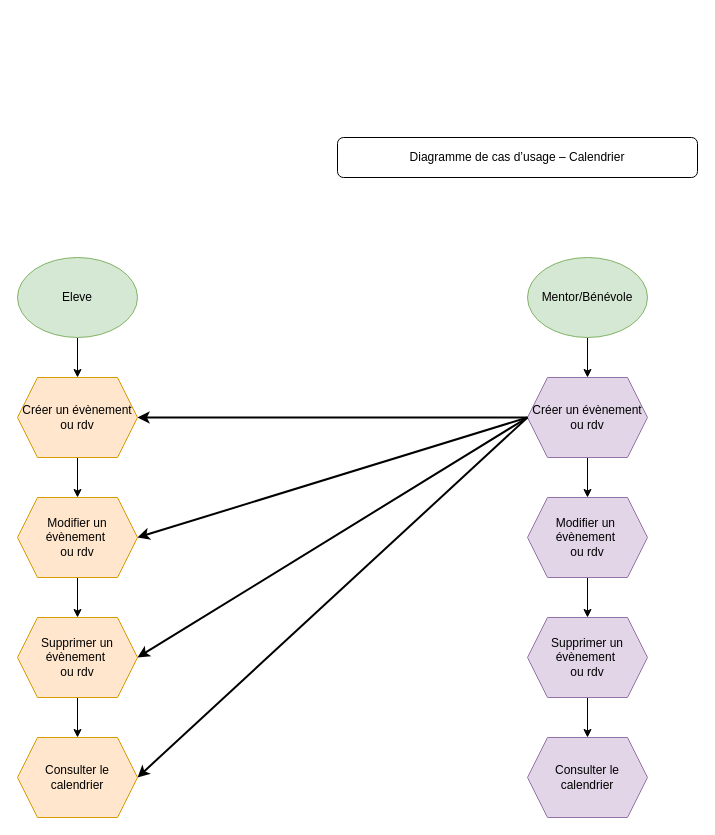
Before: Diagramme de cas d’usage – Calendrier.drawio in frederic5962/Learn-Home_p10, a draw.io diagram. Source tidied: cells renumbered, new cells numbered last; positions are measured from the earlier drawing's top-left corner, leaving out a move shared by most shapes. Both pictures are drawn from the tidied source at 100%, with x=0, y=0 at pixel (17, 137).
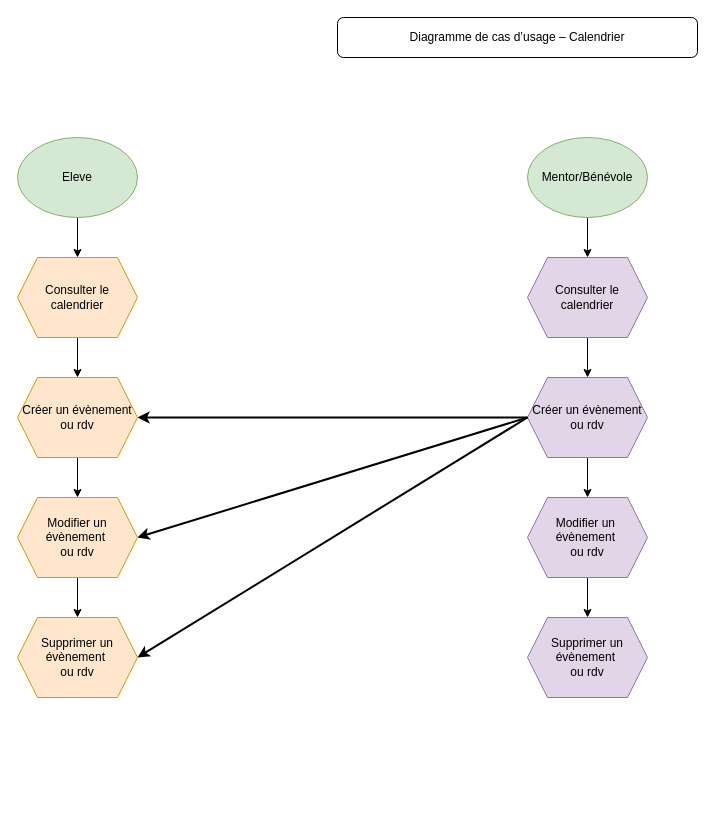
Above is the later version.

Commit message:
Mettre à jour Diagramme de cas d’usage – Calendrier.drawio

The change refers to these unchanged cells:
```xml
<mxCell id="8" value="Créer un évènement&lt;div&gt;ou rdv&lt;/div&gt;" style="shape=hexagon;perimeter=hexagonPerimeter2;whiteSpace=wrap;html=1;fixedSize=1;fillColor=#ffe6cc;strokeColor=#d79b00;" parent="1" vertex="1">
  <mxGeometry y="240" width="120" height="80" as="geometry" />
</mxCell>
<mxCell id="10" value="Créer un évènement&lt;div&gt;ou rdv&lt;/div&gt;" style="shape=hexagon;perimeter=hexagonPerimeter2;whiteSpace=wrap;html=1;fixedSize=1;fillColor=#e1d5e7;strokeColor=#9673a6;" parent="1" vertex="1">
  <mxGeometry x="510" y="240" width="120" height="80" as="geometry" />
</mxCell>
<mxCell id="14" value="Supprimer un&lt;div&gt;évènement&amp;nbsp;&lt;/div&gt;&lt;div&gt;ou rdv&lt;/div&gt;" style="shape=hexagon;perimeter=hexagonPerimeter2;whiteSpace=wrap;html=1;fixedSize=1;fillColor=#ffe6cc;strokeColor=#d79b00;" parent="1" vertex="1">
  <mxGeometry y="480" width="120" height="80" as="geometry" />
</mxCell>
<mxCell id="18" value="Supprimer un&lt;div&gt;évènement&amp;nbsp;&lt;/div&gt;&lt;div&gt;ou rdv&lt;/div&gt;" style="shape=hexagon;perimeter=hexagonPerimeter2;whiteSpace=wrap;html=1;fixedSize=1;fillColor=#e1d5e7;strokeColor=#9673a6;" parent="1" vertex="1">
  <mxGeometry x="510" y="480" width="120" height="80" as="geometry" />
</mxCell>
```

Diff of the diagram source:
```diff
@@
-    <mxCell id="2" style="edgeStyle=orthogonalEdgeStyle;rounded=0;jettySize=auto;html=1;" parent="1" edge="1" source="3" target="8">
-      <mxGeometry relative="1" as="geometry" />
-    </mxCell>
+    <mxCell id="25" style="edgeStyle=orthogonalEdgeStyle;rounded=0;jettySize=auto;html=1;" parent="1" edge="1" source="3" target="19">
+      <mxGeometry relative="1" as="geometry" />
+    </mxCell>
     <mxCell id="3" value="Eleve" style="ellipse;whiteSpace=wrap;html=1;fillColor=#d5e8d4;strokeColor=#82b366;" parent="1" vertex="1">
-      <mxGeometry y="120" width="120" height="80" as="geometry" />
+      <mxGeometry width="120" height="80" as="geometry" />
     </mxCell>
-    <mxCell id="4" style="edgeStyle=orthogonalEdgeStyle;rounded=0;jettySize=auto;html=1;" parent="1" edge="1" source="5" target="10">
-      <mxGeometry relative="1" as="geometry" />
-    </mxCell>
+    <mxCell id="26" style="edgeStyle=orthogonalEdgeStyle;rounded=0;jettySize=auto;html=1;" parent="1" edge="1" source="5" target="20">
+      <mxGeometry relative="1" as="geometry" />
+    </mxCell>
     <mxCell id="5" value="Mentor/Bénévole" style="ellipse;whiteSpace=wrap;html=1;fillColor=#d5e8d4;strokeColor=#82b366;" parent="1" vertex="1">
-      <mxGeometry x="510" y="120" width="120" height="80" as="geometry" />
+      <mxGeometry x="510" width="120" height="80" as="geometry" />
     </mxCell>
     <mxCell id="6" value="Diagramme de cas d’usage – Calendrier" style="rounded=1;whiteSpace=wrap;html=1;" parent="1" vertex="1">
-      <mxGeometry x="320" width="360" height="40" as="geometry" />
+      <mxGeometry x="320" y="-120" width="360" height="40" as="geometry" />
     </mxCell>
@@
-    <mxCell id="13" style="edgeStyle=orthogonalEdgeStyle;rounded=0;jettySize=auto;html=1;" parent="1" edge="1" source="14" target="19">
-      <mxGeometry relative="1" as="geometry" />
-    </mxCell>
@@
-    <mxCell id="17" style="edgeStyle=orthogonalEdgeStyle;rounded=0;jettySize=auto;html=1;" parent="1" edge="1" source="18" target="20">
-      <mxGeometry relative="1" as="geometry" />
-    </mxCell>
@@
-    <mxCell id="19" value="Consulter le calendrier" style="shape=hexagon;perimeter=hexagonPerimeter2;whiteSpace=wrap;html=1;fixedSize=1;fillColor=#ffe6cc;strokeColor=#d79b00;" parent="1" vertex="1">
-      <mxGeometry y="600" width="120" height="80" as="geometry" />
-    </mxCell>
-    <mxCell id="20" value="Consulter le calendrier" style="shape=hexagon;perimeter=hexagonPerimeter2;whiteSpace=wrap;html=1;fixedSize=1;fillColor=#e1d5e7;strokeColor=#9673a6;" parent="1" vertex="1">
-      <mxGeometry x="510" y="600" width="120" height="80" as="geometry" />
-    </mxCell>
@@
-    <mxCell id="24" style="endArrow=classic;html=1;rounded=0;exitX=0;exitY=0.5;exitDx=0;exitDy=0;entryX=1;entryY=0.5;entryDx=0;entryDy=0;strokeWidth=2;" parent="1" edge="1" source="10" target="19">
-      <mxGeometry relative="1" as="geometry" />
-    </mxCell>
+    <mxCell id="27" style="edgeStyle=orthogonalEdgeStyle;rounded=0;jettySize=auto;html=1;" parent="1" edge="1" source="19" target="8">
+      <mxGeometry relative="1" as="geometry" />
+    </mxCell>
+    <mxCell id="19" value="Consulter le calendrier" style="shape=hexagon;perimeter=hexagonPerimeter2;whiteSpace=wrap;html=1;fixedSize=1;fillColor=#ffe6cc;strokeColor=#d79b00;" parent="1" vertex="1">
+      <mxGeometry y="120" width="120" height="80" as="geometry" />
+    </mxCell>
+    <mxCell id="28" style="edgeStyle=orthogonalEdgeStyle;rounded=0;jettySize=auto;html=1;" parent="1" edge="1" source="20" target="10">
+      <mxGeometry relative="1" as="geometry" />
+    </mxCell>
+    <mxCell id="20" value="Consulter le calendrier" style="shape=hexagon;perimeter=hexagonPerimeter2;whiteSpace=wrap;html=1;fixedSize=1;fillColor=#e1d5e7;strokeColor=#9673a6;" parent="1" vertex="1">
+      <mxGeometry x="510" y="120" width="120" height="80" as="geometry" />
+    </mxCell>
```
